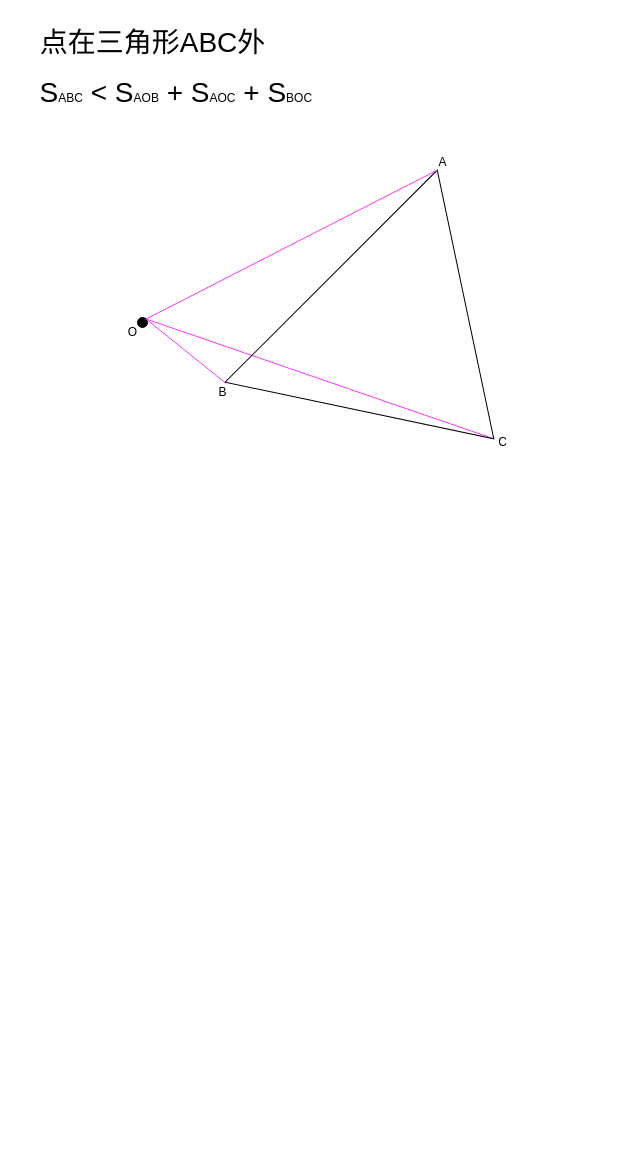
WongSilver/draw.io keeps this draw.io diagram as 未命名绘图.drawio. Above is the earlier version. Source tidied: cells renumbered, new cells numbered last; positions are measured from the earlier drawing's top-left corner, leaving out a move shared by most shapes. Both pictures are drawn from the tidied source at 100%, with x=0, y=0 at pixel (27, 17).
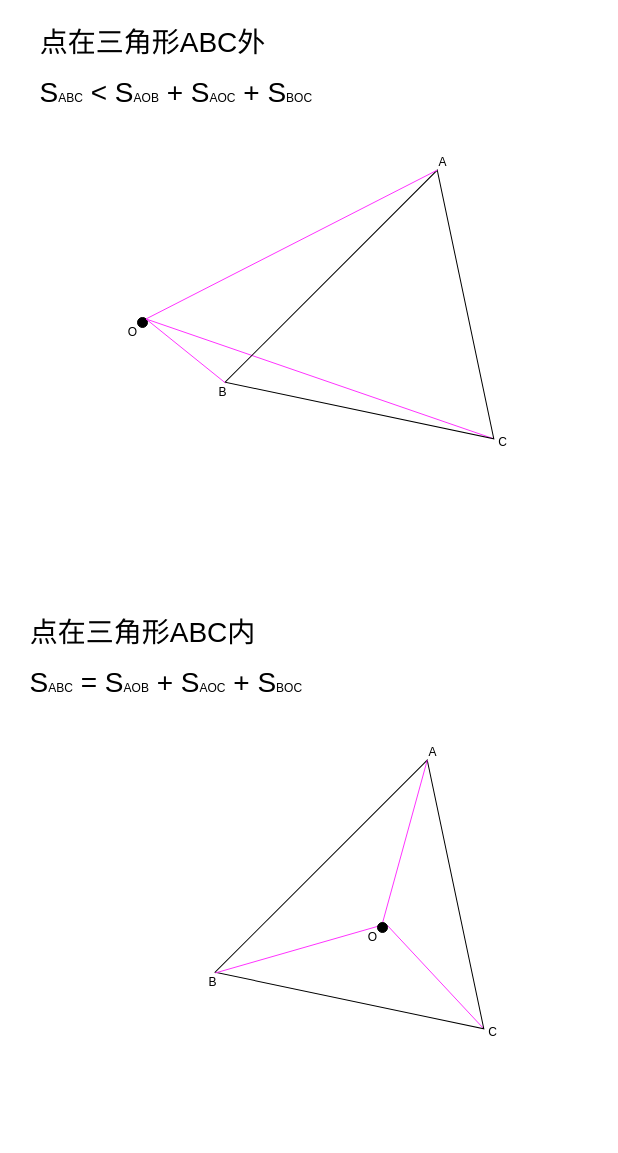
Above is the later version.

What changed in the source:
```diff
@@
+    <mxCell id="13" value="A" style="text;html=1;align=center;verticalAlign=middle;strokeColor=none;fillColor=none;" parent="1" vertex="1">
+      <mxGeometry x="390" y="720" width="30" height="30" as="geometry" />
+    </mxCell>
+    <mxCell id="14" value="B" style="text;html=1;align=center;verticalAlign=middle;strokeColor=none;fillColor=none;" parent="1" vertex="1">
+      <mxGeometry x="170" y="950" width="30" height="30" as="geometry" />
+    </mxCell>
+    <mxCell id="15" value="C" style="text;html=1;align=center;verticalAlign=middle;strokeColor=none;fillColor=none;" parent="1" vertex="1">
+      <mxGeometry x="450" y="1000" width="30" height="30" as="geometry" />
+    </mxCell>
+    <mxCell id="16" style="endArrow=none;html=1;rounded=0;strokeColor=#FF33FF;exitX=0.95;exitY=0.049;exitDx=0;exitDy=0;exitPerimeter=0;entryX=1;entryY=0.5;entryDx=0;entryDy=0;" parent="1" edge="1" source="18" target="17">
+      <mxGeometry relative="1" as="geometry" />
+    </mxCell>
+    <mxCell id="17" style="triangle;whiteSpace=wrap;html=1;rotation=45;fillColor=none;" parent="1" vertex="1">
+      <mxGeometry x="260" y="780" width="230" height="300" as="geometry" />
+    </mxCell>
+    <mxCell id="18" value="O&lt;br&gt;" style="text;html=1;align=center;verticalAlign=middle;points=[];strokeColor=none;fillColor=none;" parent="1" vertex="1">
+      <mxGeometry x="330" y="905" width="30" height="30" as="geometry" />
+    </mxCell>
+    <mxCell id="19" style="endArrow=none;html=1;rounded=0;strokeColor=#FF33FF;exitX=0.476;exitY=0.143;exitDx=0;exitDy=0;exitPerimeter=0;entryX=0;entryY=0;entryDx=0;entryDy=0;entryPerimeter=0;" parent="1" edge="1" source="23" target="17">
+      <mxGeometry relative="1" as="geometry" />
+    </mxCell>
+    <mxCell id="20" style="endArrow=none;html=1;rounded=0;strokeColor=#FF33FF;exitX=0.95;exitY=0.049;exitDx=0;exitDy=0;exitPerimeter=0;entryX=0.003;entryY=1.001;entryDx=0;entryDy=0;entryPerimeter=0;" parent="1" edge="1" source="18" target="17">
+      <mxGeometry relative="1" as="geometry" />
+    </mxCell>
+    <mxCell id="21" value="&lt;font style=&quot;&quot;&gt;&lt;font style=&quot;font-size: 28px;&quot;&gt;S&lt;/font&gt;&lt;font style=&quot;font-size: 12px;&quot;&gt;ABC&lt;/font&gt;&lt;/font&gt;&lt;font style=&quot;font-size: 28px;&quot;&gt;&amp;nbsp;= S&lt;/font&gt;&lt;font style=&quot;font-size: 12px;&quot;&gt;AOB&lt;/font&gt;&lt;font style=&quot;font-size: 28px;&quot;&gt; + S&lt;/font&gt;&lt;font style=&quot;font-size: 12px;&quot;&gt;AOC&lt;/font&gt;&lt;font style=&quot;font-size: 28px;&quot;&gt; + S&lt;/font&gt;&lt;font style=&quot;font-size: 12px;&quot;&gt;BOC&amp;nbsp;&lt;/font&gt;" style="text;html=1;align=center;verticalAlign=middle;strokeColor=none;fillColor=none;" parent="1" vertex="1">
+      <mxGeometry x="-10" y="640" width="300" height="50" as="geometry" />
+    </mxCell>
+    <mxCell id="22" value="&lt;font style=&quot;font-size: 28px;&quot;&gt;点在三角形ABC内&lt;/font&gt;" style="text;html=1;align=center;verticalAlign=middle;strokeColor=none;fillColor=none;" parent="1" vertex="1">
+      <mxGeometry x="-10" y="590" width="250" height="50" as="geometry" />
+    </mxCell>
+    <mxCell id="23" style="ellipse;fillColor=#000000;" parent="1" vertex="1">
+      <mxGeometry x="350" y="905" width="10" height="10" as="geometry" />
+    </mxCell>
```
